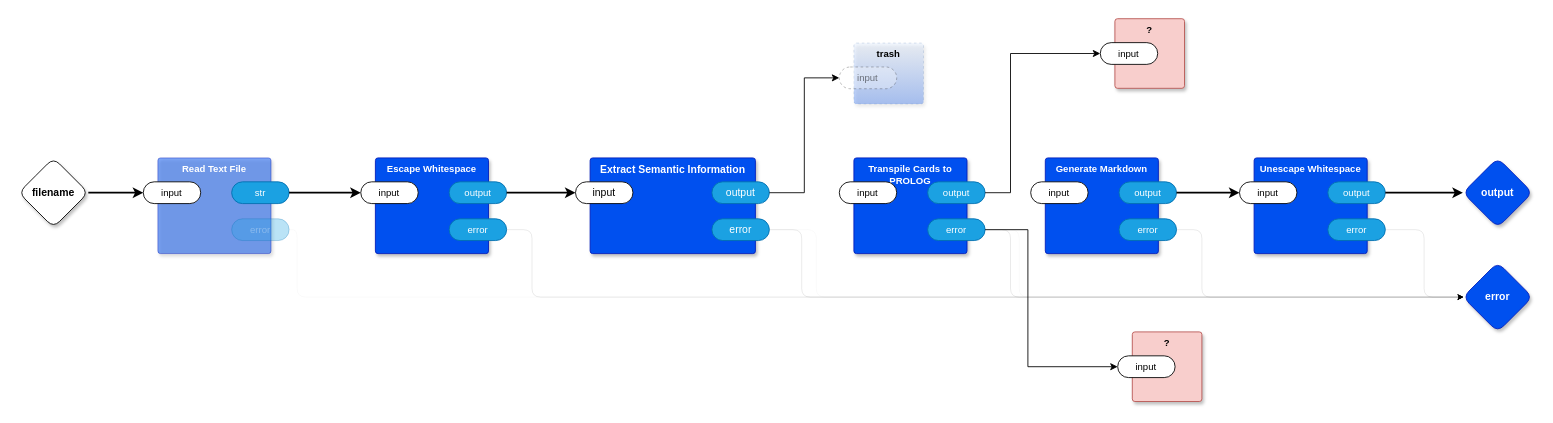
Earlier version of the draw.io diagram page "main" (1 of 7) of src/top.drawio (guitarvydas/kinopio2md). Source tidied: cells renumbered, new cells numbered last; positions are measured from the earlier drawing's top-left corner, leaving out a move shared by most shapes. Both pictures are drawn from the tidied source at 87%, with x=0, y=0 at pixel (18, 18).
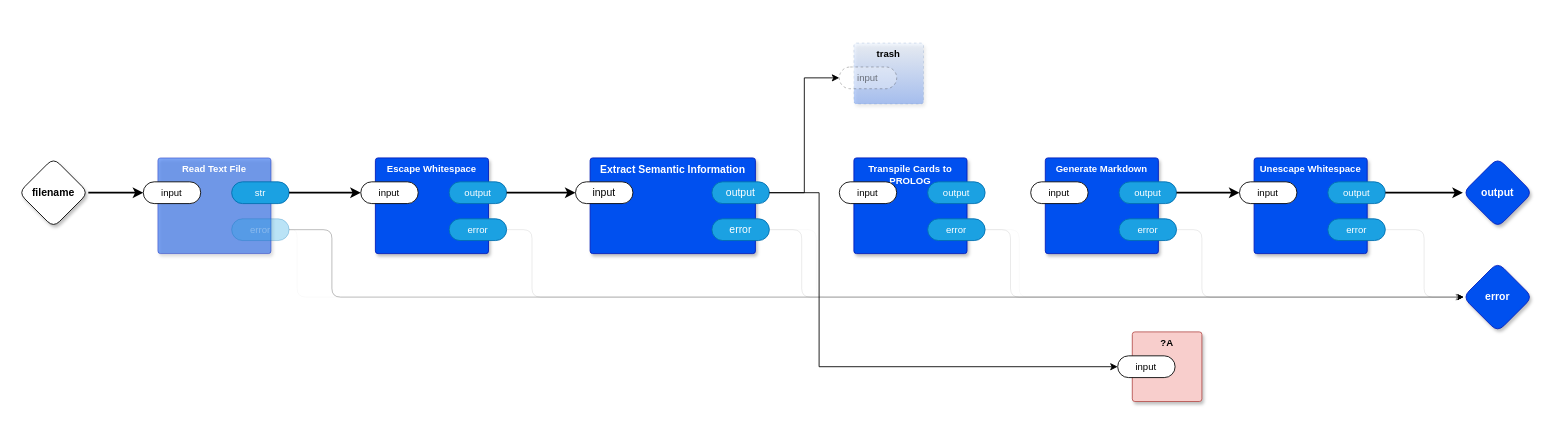
The same diagram, later.

Unchanged cells that the change refers to:
```xml
<mxCell id="8" value="output" style="rounded=1;whiteSpace=wrap;html=1;sketch=0;points=[[0,0.5,0,0,0],[1,0.5,0,0,0]];fillColor=#1ba1e2;fontColor=#ffffff;strokeColor=#006EAF;arcSize=50;" parent="5" vertex="1">
  <mxGeometry x="140" y="27.5" width="66" height="25" as="geometry" />
</mxCell>
<mxCell id="9" value="error" style="rhombus;whiteSpace=wrap;html=1;rounded=1;fillColor=#0050ef;fontColor=#ffffff;strokeColor=#001DBC;fontStyle=1;glass=0;sketch=0;fontSize=12;points=[[0,0.5,0,0,0],[0.5,0,0,0,0],[0.5,1,0,0,0],[1,0.5,0,0,0]];shadow=1;" parent="1" vertex="1">
  <mxGeometry x="1660" y="280" width="80" height="80" as="geometry" />
</mxCell>
<mxCell id="14" value="error" style="rounded=1;whiteSpace=wrap;html=1;sketch=0;points=[[0,0.5,0,0,0],[1,0.5,0,0,0]];fillColor=#1ba1e2;fontColor=#ffffff;strokeColor=#006EAF;arcSize=50;fontFamily=Helvetica;fontSize=11;textOpacity=30;opacity=30;" parent="11" vertex="1">
  <mxGeometry x="84.8" y="70" width="66" height="25" as="geometry" />
</mxCell>
<mxCell id="18" value="output" style="rounded=1;whiteSpace=wrap;html=1;sketch=0;points=[[0,0.5,0,0,0],[1,0.5,0,0,0]];fillColor=#1ba1e2;fontColor=#ffffff;strokeColor=#006EAF;arcSize=50;fontFamily=Helvetica;fontSize=11;" parent="16" vertex="1">
  <mxGeometry x="84.8" y="27.5" width="66" height="25" as="geometry" />
</mxCell>
<mxCell id="19" value="error" style="rounded=1;whiteSpace=wrap;html=1;sketch=0;points=[[0,0.5,0,0,0],[1,0.5,0,0,0]];fillColor=#1ba1e2;fontColor=#ffffff;strokeColor=#006EAF;arcSize=50;fontFamily=Helvetica;fontSize=11;" parent="16" vertex="1">
  <mxGeometry x="84.8" y="70" width="66" height="25" as="geometry" />
</mxCell>
<mxCell id="46" value="input" style="rounded=1;whiteSpace=wrap;html=1;sketch=0;points=[[0,0.5,0,0,0],[1,0.5,0,0,0]];arcSize=50;fontFamily=Helvetica;fontSize=11;fontColor=default;" parent="45" vertex="1">
  <mxGeometry x="-16.8" y="27.5" width="66" height="25" as="geometry" />
</mxCell>
```

The edit, as a diff of the source:
```diff
@@
-    <mxCell id="40" value="?" style="rounded=1;whiteSpace=wrap;html=1;sketch=0;verticalAlign=top;arcSize=6;fontStyle=1;absoluteArcSize=1;shadow=1;strokeColor=#b85450;fillColor=#f8cecc;fontFamily=Helvetica;fontSize=11;" parent="1" vertex="1">
-      <mxGeometry x="1260" width="80" height="80" as="geometry" />
-    </mxCell>
-    <mxCell id="41" value="input" style="rounded=1;whiteSpace=wrap;html=1;sketch=0;points=[[0,0.5,0,0,0],[1,0.5,0,0,0]];arcSize=50;fontFamily=Helvetica;fontSize=11;fontColor=default;" parent="40" vertex="1">
-      <mxGeometry x="-16.8" y="27.5" width="66" height="25" as="geometry" />
-    </mxCell>
@@
-    <mxCell id="44" style="edgeStyle=orthogonalEdgeStyle;rounded=0;jettySize=auto;html=1;exitX=1;exitY=0.5;exitDx=0;exitDy=0;exitPerimeter=0;entryX=0;entryY=0.5;entryDx=0;entryDy=0;entryPerimeter=0;" parent="1" edge="1" source="18" target="41">
-      <mxGeometry relative="1" as="geometry">
-        <Array as="points">
-          <mxPoint x="1140" y="200" />
-          <mxPoint x="1140" y="40" />
-        </Array>
-      </mxGeometry>
-    </mxCell>
-    <mxCell id="45" value="?" style="rounded=1;whiteSpace=wrap;html=1;sketch=0;verticalAlign=top;arcSize=6;fontStyle=1;absoluteArcSize=1;shadow=1;strokeColor=#b85450;fillColor=#f8cecc;fontFamily=Helvetica;fontSize=11;" parent="1" vertex="1">
+    <mxCell id="45" value="?A" style="rounded=1;whiteSpace=wrap;html=1;sketch=0;verticalAlign=top;arcSize=6;fontStyle=1;absoluteArcSize=1;shadow=1;strokeColor=#b85450;fillColor=#f8cecc;fontFamily=Helvetica;fontSize=11;" parent="1" vertex="1">
       <mxGeometry x="1280" y="360" width="80" height="80" as="geometry" />
     </mxCell>
@@
-    <mxCell id="47" style="edgeStyle=orthogonalEdgeStyle;rounded=0;jettySize=auto;html=1;exitX=1;exitY=0.5;exitDx=0;exitDy=0;exitPerimeter=0;entryX=0;entryY=0.5;entryDx=0;entryDy=0;entryPerimeter=0;" parent="1" edge="1" source="19" target="46">
-      <mxGeometry relative="1" as="geometry">
-        <Array as="points">
-          <mxPoint x="1160" y="243" />
-          <mxPoint x="1160" y="400" />
-        </Array>
-      </mxGeometry>
-    </mxCell>
@@
+    <mxCell id="51" style="edgeStyle=orthogonalEdgeStyle;rounded=1;jettySize=auto;html=1;entryX=0;entryY=0.5;entryDx=0;entryDy=0;entryPerimeter=0;curved=0;opacity=30;" parent="1" edge="1" source="14" target="9">
+      <mxGeometry relative="1" as="geometry">
+        <Array as="points">
+          <mxPoint x="360" y="243" />
+          <mxPoint x="360" y="320" />
+        </Array>
+      </mxGeometry>
+    </mxCell>
+    <mxCell id="52" style="edgeStyle=orthogonalEdgeStyle;rounded=0;jettySize=auto;html=1;entryX=0;entryY=0.5;entryDx=0;entryDy=0;entryPerimeter=0;" parent="1" edge="1" source="8" target="46">
+      <mxGeometry relative="1" as="geometry">
+        <Array as="points">
+          <mxPoint x="920" y="200" />
+          <mxPoint x="920" y="400" />
+        </Array>
+      </mxGeometry>
+    </mxCell>
```
